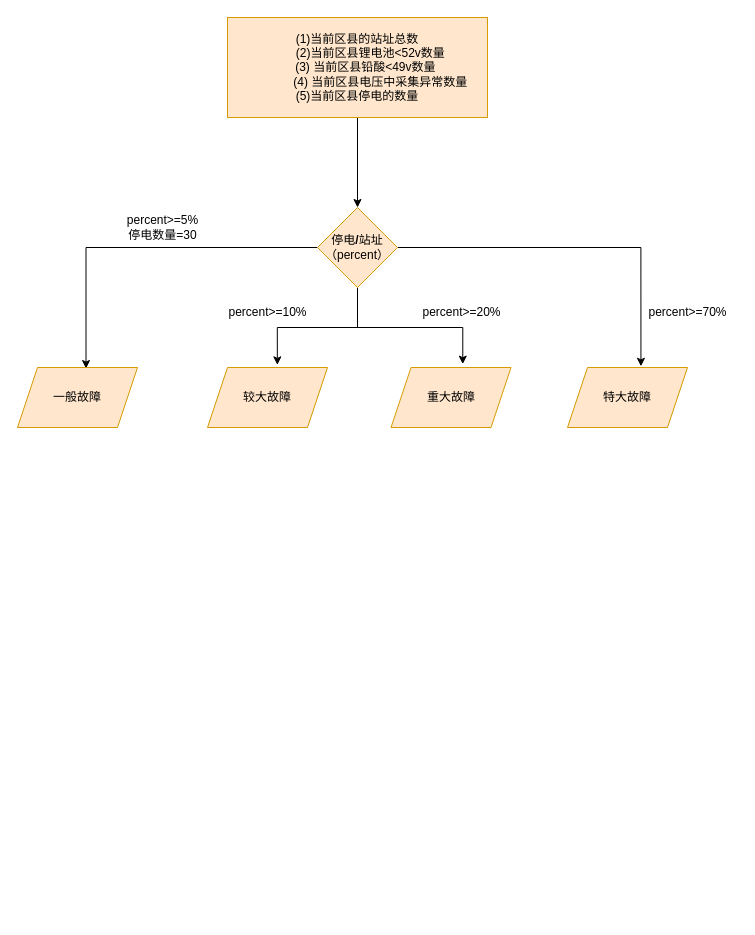
Before: 铁塔大面积停电逻辑.drawio in claa/picb, a draw.io diagram. Source tidied: cells renumbered, new cells numbered last; positions are measured from the earlier drawing's top-left corner, leaving out a move shared by most shapes. Both pictures are drawn from the tidied source at 100%, with x=0, y=0 at pixel (17, 17).
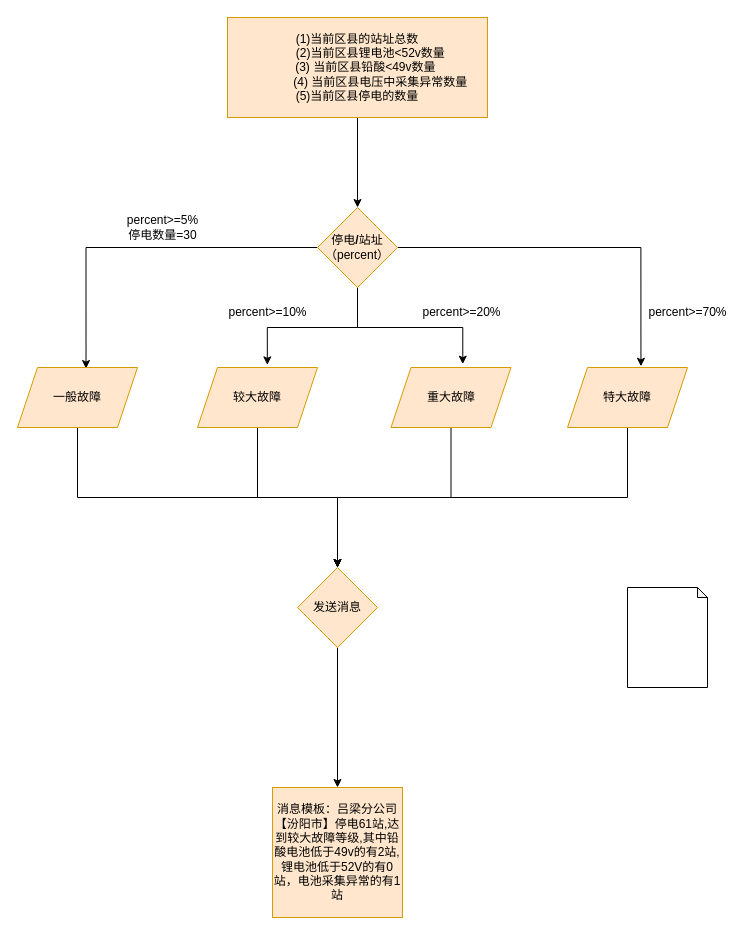
The same page after the edit.

Commit message:
更新铁塔大面积停电逻辑.drawio

Unchanged cells that the change refers to:
```xml
<mxCell id="9" value="一般故障" style="shape=parallelogram;perimeter=parallelogramPerimeter;whiteSpace=wrap;html=1;fixedSize=1;fillColor=#ffe6cc;strokeColor=#d79b00;" parent="1" vertex="1">
  <mxGeometry y="350" width="120" height="60" as="geometry" />
</mxCell>
<mxCell id="11" value="重大故障" style="shape=parallelogram;perimeter=parallelogramPerimeter;whiteSpace=wrap;html=1;fixedSize=1;fillColor=#ffe6cc;strokeColor=#d79b00;" parent="1" vertex="1">
  <mxGeometry x="373.5" y="350" width="120" height="60" as="geometry" />
</mxCell>
<mxCell id="12" value="特大故障" style="shape=parallelogram;perimeter=parallelogramPerimeter;whiteSpace=wrap;html=1;fixedSize=1;fillColor=#ffe6cc;strokeColor=#d79b00;" parent="1" vertex="1">
  <mxGeometry x="550" y="350" width="120" height="60" as="geometry" />
</mxCell>
```

Diff of the diagram source:
```diff
@@
+    <mxCell id="17" style="edgeStyle=orthogonalEdgeStyle;rounded=0;jettySize=auto;html=1;exitX=0.5;exitY=1;exitDx=0;exitDy=0;" parent="1" edge="1" source="9" target="24">
+      <mxGeometry relative="1" as="geometry" />
+    </mxCell>
@@
+    <mxCell id="18" style="edgeStyle=orthogonalEdgeStyle;rounded=0;jettySize=auto;html=1;exitX=0.5;exitY=1;exitDx=0;exitDy=0;entryX=0.5;entryY=0;entryDx=0;entryDy=0;" parent="1" edge="1" source="10" target="24">
+      <mxGeometry relative="1" as="geometry" />
+    </mxCell>
     <mxCell id="10" value="较大故障" style="shape=parallelogram;perimeter=parallelogramPerimeter;whiteSpace=wrap;html=1;fixedSize=1;fillColor=#ffe6cc;strokeColor=#d79b00;" parent="1" vertex="1">
-      <mxGeometry x="190" y="350" width="120" height="60" as="geometry" />
+      <mxGeometry x="180" y="350" width="120" height="60" as="geometry" />
     </mxCell>
+    <mxCell id="19" style="edgeStyle=orthogonalEdgeStyle;rounded=0;jettySize=auto;html=1;exitX=0.5;exitY=1;exitDx=0;exitDy=0;entryX=0.5;entryY=0;entryDx=0;entryDy=0;" parent="1" edge="1" source="11" target="24">
+      <mxGeometry relative="1" as="geometry" />
+    </mxCell>
@@
+    <mxCell id="20" style="edgeStyle=orthogonalEdgeStyle;rounded=0;jettySize=auto;html=1;exitX=0.5;exitY=1;exitDx=0;exitDy=0;entryX=0.5;entryY=0;entryDx=0;entryDy=0;" parent="1" edge="1" source="12" target="24">
+      <mxGeometry relative="1" as="geometry">
+        <Array as="points">
+          <mxPoint x="610" y="480" />
+          <mxPoint x="320" y="480" />
+        </Array>
+      </mxGeometry>
+    </mxCell>
@@
+    <mxCell id="21" value="消息模板：吕梁分公司【汾阳市】停电61站,达到较大故障等级,其中铅酸电池低于49v的有2站,锂电池低于52V的有0站，电池采集异常的有1站" style="whiteSpace=wrap;html=1;fillColor=#ffe6cc;strokeColor=#d79b00;" parent="1" vertex="1">
+      <mxGeometry x="255" y="770" width="130" height="130" as="geometry" />
+    </mxCell>
+    <mxCell id="22" style="shape=note;whiteSpace=wrap;html=1;backgroundOutline=1;darkOpacity=0.05;size=10;" parent="1" vertex="1">
+      <mxGeometry x="610" y="570" width="80" height="100" as="geometry" />
+    </mxCell>
+    <mxCell id="23" style="edgeStyle=orthogonalEdgeStyle;rounded=0;jettySize=auto;html=1;exitX=0.5;exitY=1;exitDx=0;exitDy=0;" parent="1" edge="1" source="24" target="21">
+      <mxGeometry relative="1" as="geometry" />
+    </mxCell>
+    <mxCell id="24" value="发送消息" style="rhombus;whiteSpace=wrap;html=1;fillColor=#ffe6cc;strokeColor=#d79b00;" parent="1" vertex="1">
+      <mxGeometry x="280" y="550" width="80" height="80" as="geometry" />
+    </mxCell>
```
